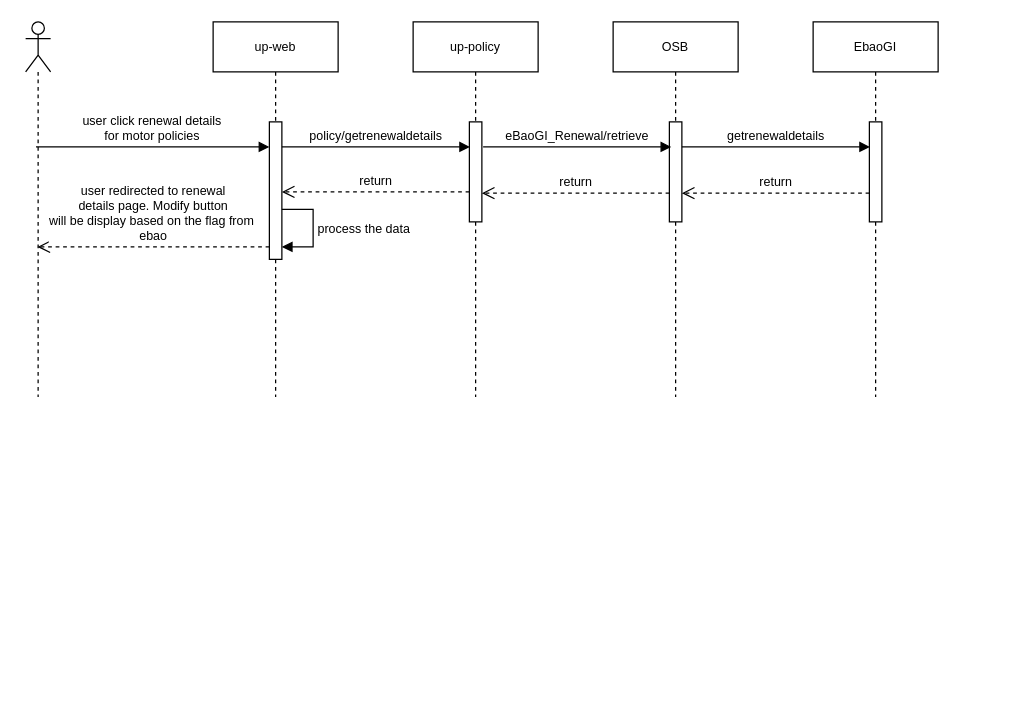
Above: GI-renweal-modification.drawio in ajeeshraj56/drawio (draw.io), before the change. Source tidied: cells renumbered, new cells numbered last; positions are measured from the earlier drawing's top-left corner, leaving out a move shared by most shapes. Both pictures are drawn from the tidied source at 125%, with x=0, y=0 at pixel (25, 21).
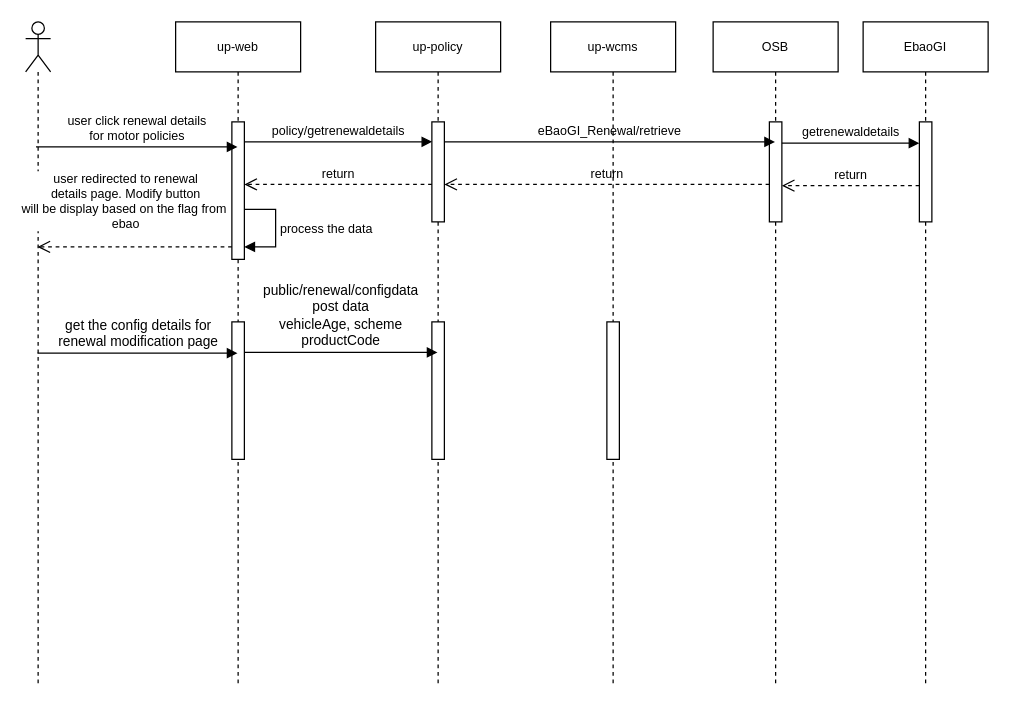
The same diagram, later.

The change refers to these unchanged cells:
```xml
<mxCell id="4" style="html=1;points=[[0,0,0,0,5],[0,1,0,0,-5],[1,0,0,0,5],[1,1,0,0,-5]];perimeter=orthogonalPerimeter;outlineConnect=0;targetShapes=umlLifeline;portConstraint=eastwest;newEdgeStyle={&quot;curved&quot;:0,&quot;rounded&quot;:0};fontSize=10;" parent="3" vertex="1">
  <mxGeometry x="45" y="80" width="10" height="80" as="geometry" />
</mxCell>
<mxCell id="8" style="html=1;points=[[0,0,0,0,5],[0,1,0,0,-5],[1,0,0,0,5],[1,1,0,0,-5]];perimeter=orthogonalPerimeter;outlineConnect=0;targetShapes=umlLifeline;portConstraint=eastwest;newEdgeStyle={&quot;curved&quot;:0,&quot;rounded&quot;:0};fontSize=10;" parent="7" vertex="1">
  <mxGeometry x="45" y="80" width="10" height="110" as="geometry" />
</mxCell>
<mxCell id="11" style="html=1;points=[[0,0,0,0,5],[0,1,0,0,-5],[1,0,0,0,5],[1,1,0,0,-5]];perimeter=orthogonalPerimeter;outlineConnect=0;targetShapes=umlLifeline;portConstraint=eastwest;newEdgeStyle={&quot;curved&quot;:0,&quot;rounded&quot;:0};fontSize=10;" parent="10" vertex="1">
  <mxGeometry x="45" y="80" width="10" height="80" as="geometry" />
</mxCell>
```

What changed in the source:
```diff
@@
     <mxCell id="2" style="shape=umlLifeline;perimeter=lifelinePerimeter;whiteSpace=wrap;html=1;outlineConnect=0;portConstraint=eastwest;newEdgeStyle={&quot;curved&quot;:0,&quot;rounded&quot;:0};participant=umlActor;fontSize=10;" parent="1" vertex="1">
-      <mxGeometry width="20" height="300" as="geometry" />
+      <mxGeometry width="20" height="530" as="geometry" />
     </mxCell>
     <mxCell id="3" value="OSB" style="shape=umlLifeline;perimeter=lifelinePerimeter;whiteSpace=wrap;html=1;outlineConnect=0;portConstraint=eastwest;newEdgeStyle={&quot;curved&quot;:0,&quot;rounded&quot;:0};fontSize=10;" parent="1" vertex="1">
-      <mxGeometry x="470" width="100" height="300" as="geometry" />
+      <mxGeometry x="550" width="100" height="530" as="geometry" />
     </mxCell>
@@
     <mxCell id="5" value="EbaoGI" style="shape=umlLifeline;perimeter=lifelinePerimeter;whiteSpace=wrap;html=1;newEdgeStyle={&quot;curved&quot;:0,&quot;rounded&quot;:0};fontSize=10;" parent="1" vertex="1">
-      <mxGeometry x="630" width="100" height="300" as="geometry" />
+      <mxGeometry x="670" width="100" height="530" as="geometry" />
     </mxCell>
@@
     <mxCell id="7" value="up-web" style="shape=umlLifeline;perimeter=lifelinePerimeter;whiteSpace=wrap;html=1;outlineConnect=0;portConstraint=eastwest;newEdgeStyle={&quot;curved&quot;:0,&quot;rounded&quot;:0};fontSize=10;" parent="1" vertex="1">
-      <mxGeometry x="150" width="100" height="300" as="geometry" />
+      <mxGeometry x="120" width="100" height="530" as="geometry" />
     </mxCell>
@@
+    <mxCell id="20" value="&#10;&lt;span style=&quot;color: rgba(0, 0, 0, 0); font-family: monospace; font-size: 0px; font-style: normal; font-variant-ligatures: normal; font-variant-caps: normal; font-weight: 400; letter-spacing: normal; orphans: 2; text-align: start; text-indent: 0px; text-transform: none; widows: 2; word-spacing: 0px; -webkit-text-stroke-width: 0px; background-color: rgb(251, 251, 251); text-decoration-thickness: initial; text-decoration-style: initial; text-decoration-color: initial; float: none; display: inline !important;&quot;&gt;&amp;nbsp;&lt;/span&gt;&#10;&#10;" style="html=1;perimeter=orthogonalPerimeter;targetShapes=umlLifeline;newEdgeStyle={&quot;curved&quot;:0,&quot;rounded&quot;:0};fontSize=10;" parent="7" vertex="1">
+      <mxGeometry x="45" y="240" width="10" height="110" as="geometry" />
+    </mxCell>
     <mxCell id="10" value="up-policy" style="shape=umlLifeline;perimeter=lifelinePerimeter;whiteSpace=wrap;html=1;outlineConnect=0;portConstraint=eastwest;newEdgeStyle={&quot;curved&quot;:0,&quot;rounded&quot;:0};fontSize=10;" parent="1" vertex="1">
-      <mxGeometry x="310" width="100" height="300" as="geometry" />
+      <mxGeometry x="280" width="100" height="530" as="geometry" />
     </mxCell>
@@
+    <mxCell id="21" value="&#10;&lt;span style=&quot;color: rgba(0, 0, 0, 0); font-family: monospace; font-size: 0px; font-style: normal; font-variant-ligatures: normal; font-variant-caps: normal; font-weight: 400; letter-spacing: normal; orphans: 2; text-align: start; text-indent: 0px; text-transform: none; widows: 2; word-spacing: 0px; -webkit-text-stroke-width: 0px; background-color: rgb(251, 251, 251); text-decoration-thickness: initial; text-decoration-style: initial; text-decoration-color: initial; float: none; display: inline !important;&quot;&gt;&amp;nbsp;&lt;/span&gt;&#10;&#10;" style="html=1;perimeter=orthogonalPerimeter;targetShapes=umlLifeline;newEdgeStyle={&quot;curved&quot;:0,&quot;rounded&quot;:0};fontSize=10;" parent="10" vertex="1">
+      <mxGeometry x="45" y="240" width="10" height="110" as="geometry" />
+    </mxCell>
-    <mxCell id="12" value="&lt;font style=&quot;font-size: 10px;&quot;&gt;user click renewal details&lt;br style=&quot;font-size: 10px;&quot;&gt;for motor policies&lt;/font&gt;" style="html=1;verticalAlign=bottom;endArrow=block;curved=0;rounded=0;fontSize=10;" parent="1" edge="1">
+    <mxCell id="12" value="&lt;font style=&quot;font-size: 10px;&quot;&gt;user click renewal details&lt;br style=&quot;font-size: 10px;&quot;&gt;for motor policies&lt;/font&gt;" style="html=1;verticalAlign=bottom;endArrow=block;curved=0;rounded=0;fontSize=10;" parent="1" edge="1" target="7">
       <mxGeometry relative="1" as="geometry">
         <mxPoint x="8.3" y="100" as="sourcePoint" />
-        <mxPoint x="195" y="100" as="targetPoint" />
       </mxGeometry>
     </mxCell>
-    <mxCell id="13" value="policy/getrenewaldetails" style="html=1;verticalAlign=bottom;endArrow=block;curved=0;rounded=0;fontSize=10;" parent="1" edge="1" source="8">
-      <mxGeometry relative="1" as="geometry">
-        <mxPoint x="355.5" y="100" as="targetPoint" />
-      </mxGeometry>
+    <mxCell id="13" value="policy/getrenewaldetails" style="html=1;verticalAlign=bottom;endArrow=block;curved=0;rounded=0;fontSize=10;entryX=0.453;entryY=0.181;entryDx=0;entryDy=0;entryPerimeter=0;" parent="1" edge="1" source="8" target="10">
+      <mxGeometry relative="1" as="geometry" />
     </mxCell>
-    <mxCell id="14" value="eBaoGI_Renewal/retrieve" style="html=1;verticalAlign=bottom;endArrow=block;curved=0;rounded=0;fontSize=10;" parent="1" edge="1">
+    <mxCell id="14" value="eBaoGI_Renewal/retrieve" style="html=1;verticalAlign=bottom;endArrow=block;curved=0;rounded=0;fontSize=10;" parent="1" edge="1" target="3">
       <mxGeometry relative="1" as="geometry">
-        <mxPoint x="366" y="100" as="sourcePoint" />
-        <mxPoint x="516.5" y="100" as="targetPoint" />
+        <mxPoint x="335" y="96" as="sourcePoint" />
       </mxGeometry>
     </mxCell>
     <mxCell id="15" value="getrenewaldetails" style="html=1;verticalAlign=bottom;endArrow=block;curved=0;rounded=0;fontSize=10;" parent="1" edge="1">
       <mxGeometry relative="1" as="geometry">
-        <mxPoint x="525" y="100" as="sourcePoint" />
-        <mxPoint x="675.5" y="100" as="targetPoint" />
+        <mxPoint x="605" y="97" as="sourcePoint" />
+        <mxPoint x="715" y="97" as="targetPoint" />
       </mxGeometry>
     </mxCell>
-    <mxCell id="16" value="return" style="html=1;verticalAlign=bottom;endArrow=open;dashed=1;endSize=8;curved=0;rounded=0;fontSize=10;" parent="1" edge="1">
+    <mxCell id="16" value="return" style="html=1;verticalAlign=bottom;endArrow=open;dashed=1;endSize=8;curved=0;rounded=0;fontSize=10;" parent="1" edge="1" source="11">
       <mxGeometry relative="1" as="geometry">
-        <mxPoint x="355" y="136" as="sourcePoint" />
-        <mxPoint x="205" y="136" as="targetPoint" />
+        <mxPoint x="175" y="130" as="targetPoint" />
       </mxGeometry>
     </mxCell>
-    <mxCell id="17" value="return" style="html=1;verticalAlign=bottom;endArrow=open;dashed=1;endSize=8;curved=0;rounded=0;fontSize=10;" parent="1" edge="1">
+    <mxCell id="17" value="return" style="html=1;verticalAlign=bottom;endArrow=open;dashed=1;endSize=8;curved=0;rounded=0;fontSize=10;" parent="1" edge="1" source="4">
       <mxGeometry relative="1" as="geometry">
-        <mxPoint x="515" y="137" as="sourcePoint" />
-        <mxPoint x="365" y="137" as="targetPoint" />
+        <mxPoint x="335" y="130" as="targetPoint" />
       </mxGeometry>
     </mxCell>
     <mxCell id="18" value="return" style="html=1;verticalAlign=bottom;endArrow=open;dashed=1;endSize=8;curved=0;rounded=0;fontSize=10;" parent="1" edge="1">
       <mxGeometry relative="1" as="geometry">
-        <mxPoint x="675" y="137" as="sourcePoint" />
-        <mxPoint x="525" y="137" as="targetPoint" />
+        <mxPoint x="715" y="131" as="sourcePoint" />
+        <mxPoint x="605" y="131" as="targetPoint" />
       </mxGeometry>
     </mxCell>
     <mxCell id="19" value="user redirected to renewal&lt;br&gt;details page. Modify button&lt;br&gt;will be display based on the flag from&amp;nbsp;&lt;br&gt;ebao" style="html=1;verticalAlign=bottom;endArrow=open;dashed=1;endSize=8;curved=0;rounded=0;fontSize=10;" parent="1" edge="1">
-      <mxGeometry relative="1" as="geometry">
-        <mxPoint x="195" y="180" as="sourcePoint" />
+      <mxGeometry x="0.09" y="-10" relative="1" as="geometry">
+        <mxPoint x="165" y="180" as="sourcePoint" />
         <mxPoint x="9.5" y="180" as="targetPoint" />
       </mxGeometry>
     </mxCell>
+    <mxCell id="22" value="get the config details for&lt;br&gt;renewal modification page" style="html=1;verticalAlign=bottom;endArrow=block;curved=0;rounded=0;" parent="1" edge="1" source="2" target="7">
+      <mxGeometry relative="1" as="geometry" />
+    </mxCell>
+    <mxCell id="23" value="up-wcms" style="shape=umlLifeline;perimeter=lifelinePerimeter;whiteSpace=wrap;html=1;newEdgeStyle={&quot;curved&quot;:0,&quot;rounded&quot;:0};fontSize=10;" parent="1" vertex="1">
+      <mxGeometry x="420" width="100" height="530" as="geometry" />
+    </mxCell>
+    <mxCell id="24" value="&#10;&lt;span style=&quot;color: rgba(0, 0, 0, 0); font-family: monospace; font-size: 0px; font-style: normal; font-variant-ligatures: normal; font-variant-caps: normal; font-weight: 400; letter-spacing: normal; orphans: 2; text-align: start; text-indent: 0px; text-transform: none; widows: 2; word-spacing: 0px; -webkit-text-stroke-width: 0px; background-color: rgb(251, 251, 251); text-decoration-thickness: initial; text-decoration-style: initial; text-decoration-color: initial; float: none; display: inline !important;&quot;&gt;&amp;nbsp;&lt;/span&gt;&#10;&#10;" style="html=1;perimeter=orthogonalPerimeter;targetShapes=umlLifeline;newEdgeStyle={&quot;curved&quot;:0,&quot;rounded&quot;:0};fontSize=10;" parent="23" vertex="1">
+      <mxGeometry x="45" y="240" width="10" height="110" as="geometry" />
+    </mxCell>
+    <mxCell id="25" value="public/renewal/configdata&lt;br&gt;post data&lt;br&gt;vehicleAge, scheme&lt;br&gt;productCode" style="html=1;verticalAlign=bottom;endArrow=block;curved=0;rounded=0;" parent="1" edge="1">
+      <mxGeometry relative="1" as="geometry">
+        <mxPoint x="175" y="264.4" as="sourcePoint" />
+        <mxPoint x="329.5" y="264.4" as="targetPoint" />
+      </mxGeometry>
+    </mxCell>
```
